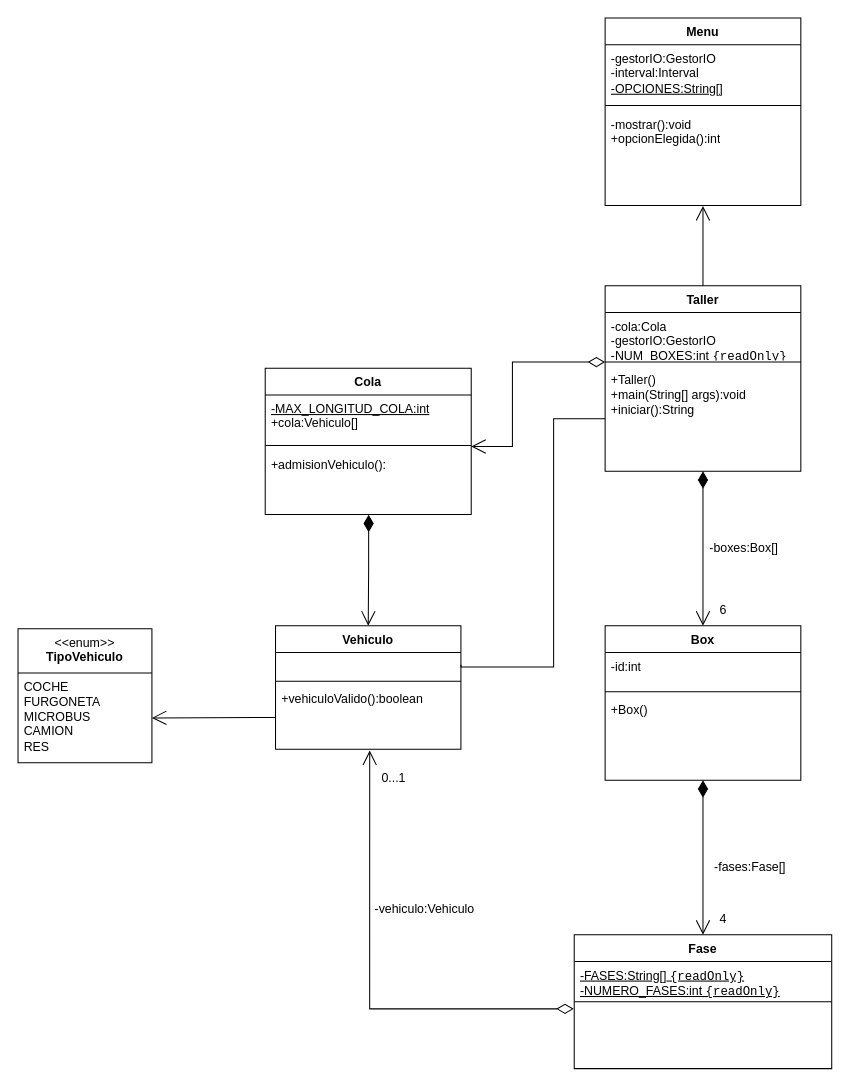
The draw.io diagram programacion/UD7 - Introducción a la Programación Orientada a Objetos/U7Activitat3ARS/U7Activitat3ARS.drawio in albertorekena/daw-repo, before the edit. Source tidied: cells renumbered, new cells numbered last; positions are measured from the earlier drawing's top-left corner, leaving out a move shared by most shapes. Both pictures are drawn from the tidied source at 103%, with x=0, y=0 at pixel (18, 18).
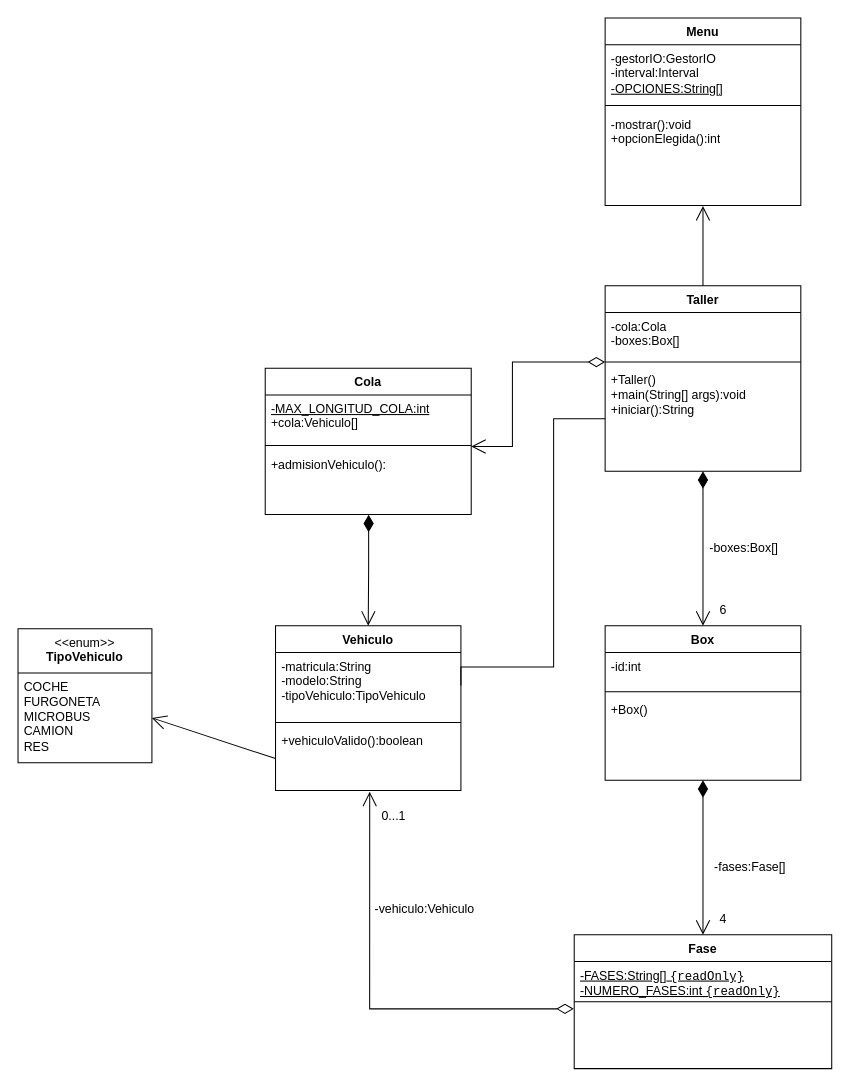
After the change.

The change refers to these unchanged cells:
```xml
<mxCell id="2" value="Taller" style="swimlane;fontStyle=1;align=center;verticalAlign=top;horizontal=1;startSize=26;whiteSpace=wrap;html=1;" parent="1" vertex="1">
  <mxGeometry x="570" y="260" width="190" height="180" as="geometry" />
</mxCell>
```

Diff of the diagram source:
```diff
@@
-    <mxCell id="3" value="-cola:Cola&lt;br&gt;-gestorIO:GestorIO&lt;br style=&quot;border-color: var(--border-color);&quot;&gt;&lt;u&gt;-NUM_BOXES:int&amp;nbsp;&lt;code&gt;{readOnly}&lt;/code&gt;&lt;/u&gt;" style="text;strokeColor=none;fillColor=none;align=left;verticalAlign=top;spacingLeft=4;spacingRight=4;overflow=hidden;whiteSpace=wrap;html=1;" parent="2" vertex="1">
+    <mxCell id="3" value="-cola:Cola&lt;br style=&quot;border-color: var(--border-color);&quot;&gt;-boxes:Box[]" style="text;strokeColor=none;fillColor=none;align=left;verticalAlign=top;spacingLeft=4;spacingRight=4;overflow=hidden;whiteSpace=wrap;html=1;" parent="2" vertex="1">
       <mxGeometry y="26" width="190" height="44" as="geometry" />
     </mxCell>
@@
     <mxCell id="22" value="Vehiculo" style="swimlane;fontStyle=1;align=center;verticalAlign=top;horizontal=1;startSize=26;whiteSpace=wrap;html=1;" parent="1" vertex="1">
-      <mxGeometry x="250" y="590" width="180" height="120" as="geometry" />
+      <mxGeometry x="250" y="590" width="180" height="160" as="geometry" />
     </mxCell>
-    <mxCell id="23" value="&amp;nbsp;" style="text;strokeColor=none;fillColor=none;align=left;verticalAlign=top;spacingLeft=4;spacingRight=4;overflow=hidden;points=[[0,0.5],[1,0.5]];portConstraint=eastwest;whiteSpace=wrap;html=1;" parent="22" vertex="1">
-      <mxGeometry y="26" width="180" height="24" as="geometry" />
+    <mxCell id="23" value="-matricula:String&lt;br&gt;-modelo:String&lt;br&gt;-tipoVehiculo:TipoVehiculo" style="text;strokeColor=none;fillColor=none;align=left;verticalAlign=top;spacingLeft=4;spacingRight=4;overflow=hidden;points=[[0,0.5],[1,0.5]];portConstraint=eastwest;whiteSpace=wrap;html=1;" parent="22" vertex="1">
+      <mxGeometry y="26" width="180" height="64" as="geometry" />
     </mxCell>
     <mxCell id="24" style="line;strokeWidth=1;fillColor=none;align=left;verticalAlign=middle;spacingTop=-1;spacingLeft=3;spacingRight=3;labelPosition=right;strokeColor=inherit;" parent="22" vertex="1">
-      <mxGeometry y="50" width="180" height="8" as="geometry" />
+      <mxGeometry y="90" width="180" height="8" as="geometry" />
     </mxCell>
     <mxCell id="25" value="+vehiculoValido():boolean" style="text;strokeColor=none;fillColor=none;align=left;verticalAlign=top;spacingLeft=4;spacingRight=4;overflow=hidden;points=[[0,0.5],[1,0.5]];portConstraint=eastwest;whiteSpace=wrap;html=1;" parent="22" vertex="1">
-      <mxGeometry y="58" width="180" height="62" as="geometry" />
+      <mxGeometry y="98" width="180" height="62" as="geometry" />
     </mxCell>
@@
     <mxCell id="33" value="0...1" style="text;html=1;strokeColor=none;fillColor=none;align=center;verticalAlign=middle;whiteSpace=wrap;rounded=0;" parent="1" vertex="1">
-      <mxGeometry x="350" y="723" width="30" height="30" as="geometry" />
+      <mxGeometry x="350" y="760" width="30" height="29" as="geometry" />
     </mxCell>
```
